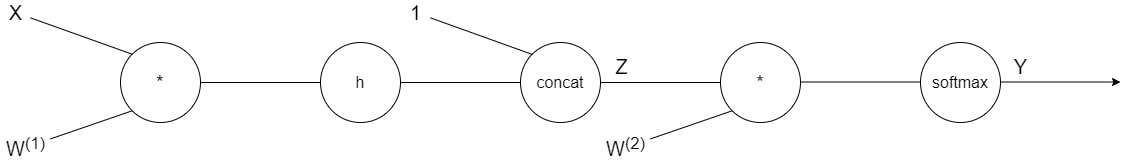
Earlier version of the draw.io export report/network_back.png (kristsam/classification_MLP). Source tidied: cells renumbered, new cells last; positions are measured from the earlier drawing's top-left corner, leaving out a move shared by most shapes.
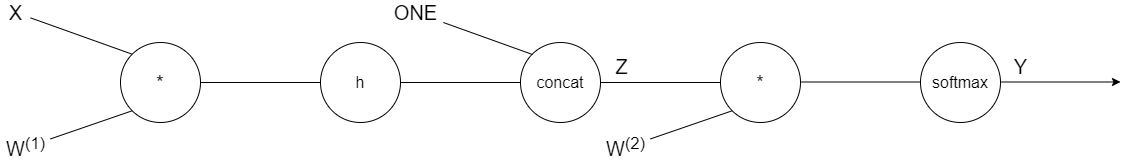
The same diagram one commit later.

Change to the diagram source:
```diff
@@ -71,8 +71,8 @@
         <mxPoint x="532" y="52" as="targetPoint" />
       </mxGeometry>
     </mxCell>
-    <mxCell id="21" value="&lt;span style=&quot;font-size: 20px&quot;&gt;1&lt;/span&gt;" style="text;html=1;align=center;verticalAlign=middle;points=[];strokeColor=none;" parent="1" vertex="1">
-      <mxGeometry x="400" width="30" height="20" as="geometry" />
+    <mxCell id="21" value="&lt;span style=&quot;font-size: 20px&quot;&gt;ONE&lt;/span&gt;" style="text;html=1;align=center;verticalAlign=middle;points=[];strokeColor=none;" parent="1" vertex="1">
+      <mxGeometry x="385" width="60" height="20" as="geometry" />
     </mxCell>
   </root>
 </mxGraphModel>
```
